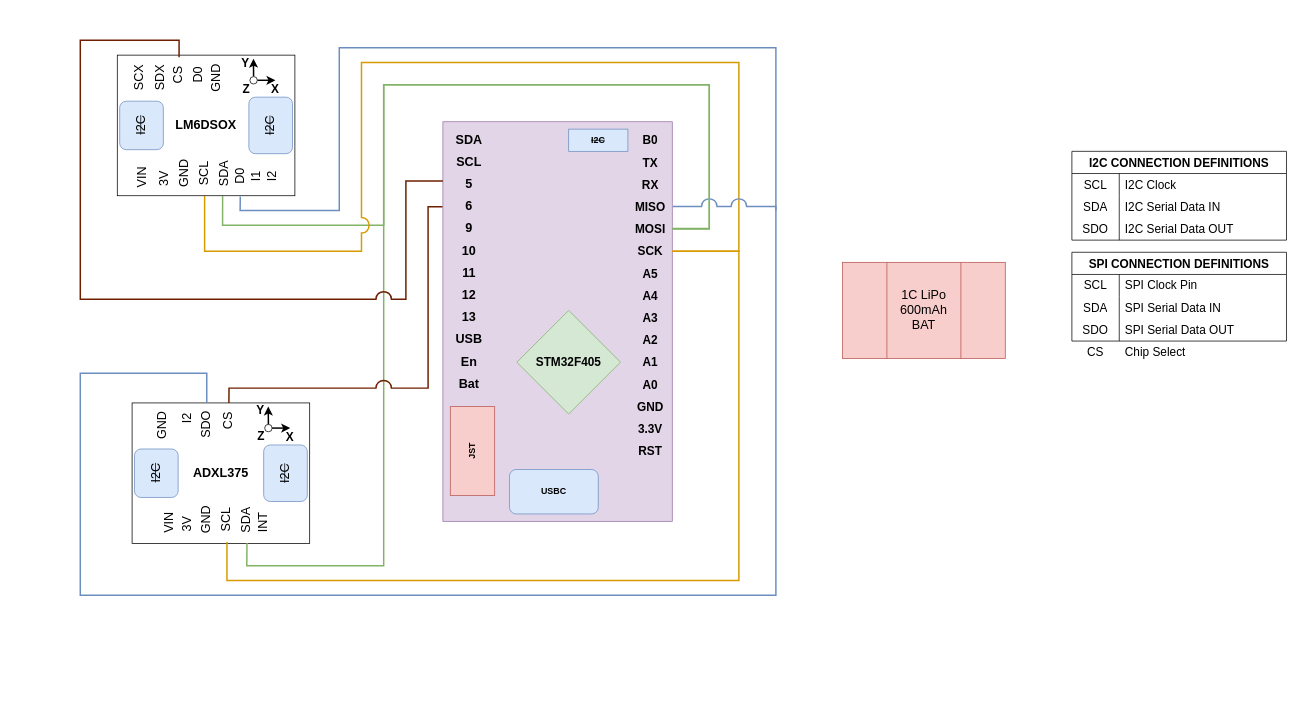
The draw.io diagram wiringdiagram.drawio in ceugomez/wiigls, before the edit. Source tidied: cells renumbered, new cells numbered last; positions are measured from the earlier drawing's top-left corner, leaving out a move shared by most shapes. Both pictures are drawn from the tidied source at 74%, with x=0, y=0 at pixel (80, 40).
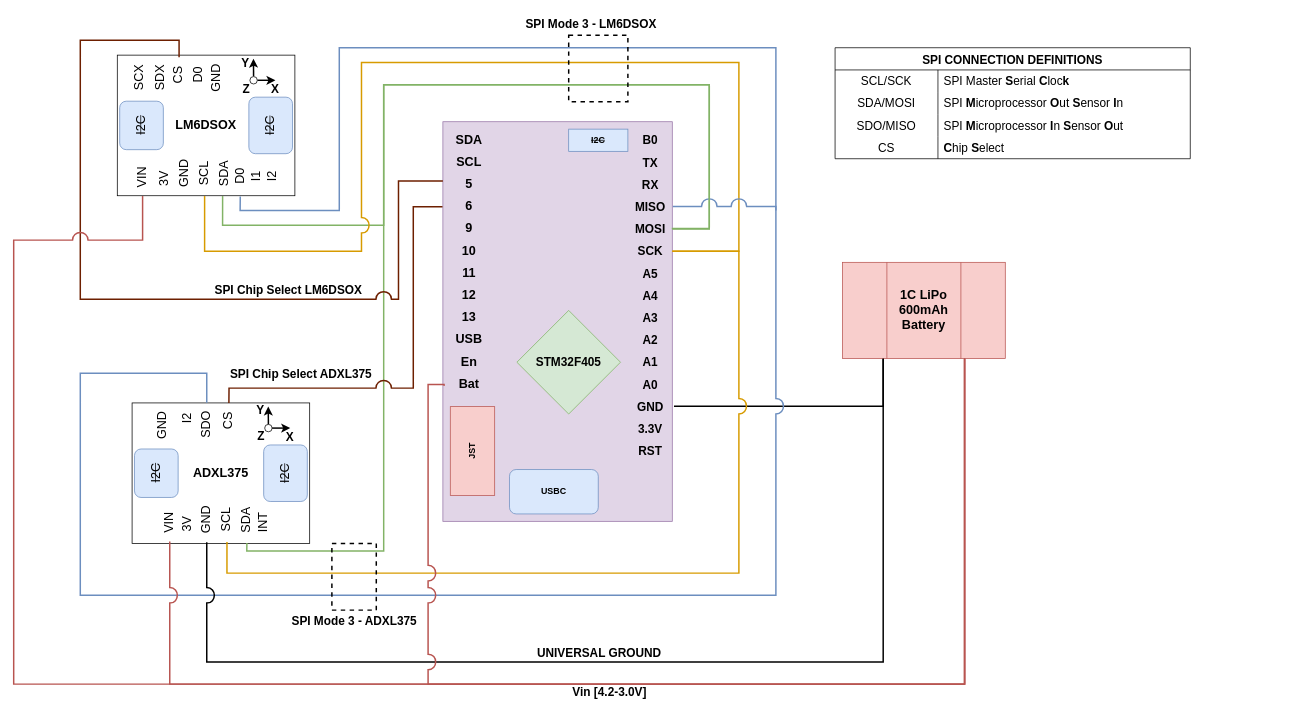
The same page after the edit.

The change refers to these unchanged cells:
```xml
<mxCell id="8" value="SCL" style="text;html=1;align=center;verticalAlign=middle;points=[];strokeColor=none;fillColor=none;fontSize=17;rotation=-90;" parent="3" vertex="1">
  <mxGeometry x="98.2" y="143" width="60" height="30" as="geometry" />
</mxCell>
<mxCell id="9" value="SDA" style="text;html=1;align=center;verticalAlign=middle;points=[];strokeColor=none;fillColor=none;fontSize=17;rotation=-90;" parent="3" vertex="1">
  <mxGeometry x="125.5" y="144.4" width="60" height="30" as="geometry" />
</mxCell>
<mxCell id="13" value="CS" style="text;html=1;align=center;verticalAlign=middle;points=[];strokeColor=none;fillColor=none;fontSize=17;rotation=-90;" parent="3" vertex="1">
  <mxGeometry x="105.6" y="10" width="50" height="30" as="geometry" />
</mxCell>
<mxCell id="21" value="GND" style="text;html=1;align=center;verticalAlign=middle;points=[];strokeColor=none;fillColor=none;fontSize=17;rotation=-90;" parent="3" vertex="1">
  <mxGeometry x="70.9" y="143.4" width="60" height="30" as="geometry" />
</mxCell>
<mxCell id="22" value="VIN" style="text;html=1;align=center;verticalAlign=middle;points=[];strokeColor=none;fillColor=none;fontSize=17;rotation=-90;" parent="3" vertex="1">
  <mxGeometry x="25.9" y="147.4" width="50" height="30" as="geometry" />
</mxCell>
<mxCell id="56" value="CS" style="text;html=1;align=center;verticalAlign=middle;points=[];strokeColor=none;fillColor=none;fontSize=17;rotation=-90;" parent="45" vertex="1">
  <mxGeometry x="58.5" y="12.9" width="50" height="30" as="geometry" />
</mxCell>
<mxCell id="67" value="VIN" style="text;html=1;align=center;verticalAlign=middle;points=[];strokeColor=none;fillColor=none;fontSize=17;rotation=-90;spacing=0;" parent="45" vertex="1">
  <mxGeometry x="9.2" y="150.4" width="50" height="30" as="geometry" />
</mxCell>
<mxCell id="69" style="rounded=0;whiteSpace=wrap;html=1;rotation=-90;fillColor=#e1d5e7;strokeColor=#9673a6;" parent="68" vertex="1">
  <mxGeometry x="-115" y="115" width="540" height="310" as="geometry" />
</mxCell>
<mxCell id="85" value="SCK" style="text;html=1;align=center;verticalAlign=middle;points=[];strokeColor=none;fillColor=none;fontStyle=1;fontSize=16;" parent="68" vertex="1">
  <mxGeometry x="250" y="160" width="60" height="30" as="geometry" />
</mxCell>
<mxCell id="89" value="GND" style="text;html=1;align=center;verticalAlign=middle;points=[];strokeColor=none;fillColor=none;fontStyle=1;fontSize=16;" parent="68" vertex="1">
  <mxGeometry x="250" y="370" width="60" height="30" as="geometry" />
</mxCell>
<mxCell id="96" value="MOSI" style="text;html=1;align=center;verticalAlign=middle;points=[];strokeColor=none;fillColor=none;fontStyle=1;fontSize=16;" parent="68" vertex="1">
  <mxGeometry x="250" y="130" width="60" height="30" as="geometry" />
</mxCell>
```

Diff of the diagram source:
```diff
@@
+    <mxCell id="109" style="edgeStyle=orthogonalEdgeStyle;rounded=0;jumpStyle=arc;jumpSize=19;jettySize=auto;html=1;exitX=0.25;exitY=1;exitDx=0;exitDy=0;entryX=1.038;entryY=0.481;entryDx=0;entryDy=0;entryPerimeter=0;strokeWidth=2;fontSize=16;endArrow=none;endFill=0;" parent="1" edge="1" source="2" target="89">
+      <mxGeometry relative="1" as="geometry">
+        <Array as="points">
+          <mxPoint x="1085" y="494" />
+          <mxPoint x="802" y="494" />
+        </Array>
+      </mxGeometry>
+    </mxCell>
-    <mxCell id="2" value="1C LiPo 600mAh&lt;br&gt;BAT" style="shape=process;whiteSpace=wrap;html=1;backgroundOutline=1;strokeColor=#b85450;fontSize=17;fillColor=#f8cecc;size=0.2727272727272727;" parent="1" vertex="1">
+    <mxCell id="2" value="&lt;b&gt;1C LiPo 600mAh&lt;br&gt;Battery&lt;br&gt;&lt;/b&gt;" style="shape=process;whiteSpace=wrap;html=1;backgroundOutline=1;strokeColor=#b85450;fontSize=17;fillColor=#f8cecc;size=0.2727272727272727;" parent="1" vertex="1">
       <mxGeometry x="1030" y="300" width="220" height="130" as="geometry" />
     </mxCell>
@@
-    <mxCell id="23" value="I2C CONNECTION DEFINITIONS" style="shape=table;startSize=30;childLayout=tableLayout;rowLines=0;fontStyle=1;strokeColor=default;fontSize=16;" parent="1" vertex="1">
-      <mxGeometry x="1340" y="150" width="290" height="120" as="geometry" />
-    </mxCell>
-    <mxCell id="24" style="shape=tableRow;horizontal=0;startSize=0;swimlaneHead=0;swimlaneBody=0;top=0;left=0;bottom=0;right=0;fillColor=none;strokeColor=default;fontSize=16;" parent="23" vertex="1">
-      <mxGeometry y="30" width="290" height="30" as="geometry" />
-    </mxCell>
-    <mxCell id="25" value="SCL" style="shape=partialRectangle;html=1;whiteSpace=wrap;fillColor=none;top=0;left=0;bottom=0;right=0;overflow=hidden;strokeColor=default;fontSize=16;" parent="24" vertex="1">
-      <mxGeometry width="64" height="30" as="geometry" />
-    </mxCell>
-    <mxCell id="26" value="I2C Clock" style="shape=partialRectangle;html=1;whiteSpace=wrap;fillColor=none;top=0;left=0;bottom=0;right=0;align=left;spacingLeft=6;overflow=hidden;strokeColor=default;fontSize=16;" parent="24" vertex="1">
-      <mxGeometry x="64" width="226" height="30" as="geometry" />
-    </mxCell>
-    <mxCell id="27" style="shape=tableRow;horizontal=0;startSize=0;swimlaneHead=0;swimlaneBody=0;top=0;left=0;bottom=0;right=0;fillColor=none;strokeColor=default;fontSize=16;" parent="23" vertex="1">
-      <mxGeometry y="60" width="290" height="30" as="geometry" />
-    </mxCell>
-    <mxCell id="28" value="SDA" style="shape=partialRectangle;html=1;whiteSpace=wrap;fillColor=none;top=0;left=0;bottom=0;right=0;overflow=hidden;strokeColor=default;fontSize=16;" parent="27" vertex="1">
-      <mxGeometry width="64" height="30" as="geometry" />
-    </mxCell>
-    <mxCell id="29" value="I2C Serial Data IN" style="shape=partialRectangle;html=1;whiteSpace=wrap;fillColor=none;top=0;left=0;bottom=0;right=0;align=left;spacingLeft=6;overflow=hidden;strokeColor=default;fontSize=16;" parent="27" vertex="1">
-      <mxGeometry x="64" width="226" height="30" as="geometry" />
-    </mxCell>
-    <mxCell id="30" style="shape=tableRow;horizontal=0;startSize=0;swimlaneHead=0;swimlaneBody=0;top=0;left=0;bottom=0;right=0;fillColor=none;strokeColor=default;fontSize=16;" parent="23" vertex="1">
-      <mxGeometry y="90" width="290" height="30" as="geometry" />
-    </mxCell>
-    <mxCell id="31" value="SDO" style="shape=partialRectangle;html=1;whiteSpace=wrap;fillColor=none;top=0;left=0;bottom=0;right=0;overflow=hidden;strokeColor=default;fontSize=16;" parent="30" vertex="1">
-      <mxGeometry width="64" height="30" as="geometry" />
-    </mxCell>
-    <mxCell id="32" value="I2C Serial Data OUT" style="shape=partialRectangle;html=1;whiteSpace=wrap;fillColor=none;top=0;left=0;bottom=0;right=0;align=left;spacingLeft=6;overflow=hidden;strokeColor=default;fontSize=16;" parent="30" vertex="1">
-      <mxGeometry x="64" width="226" height="30" as="geometry" />
-    </mxCell>
     <mxCell id="33" value="SPI CONNECTION DEFINITIONS" style="shape=table;startSize=30;childLayout=tableLayout;rowLines=0;fontStyle=1;strokeColor=default;fontSize=16;" parent="1" vertex="1">
-      <mxGeometry x="1340" y="286.4" width="290" height="120" as="geometry" />
+      <mxGeometry x="1020" y="10" width="480" height="150" as="geometry" />
     </mxCell>
     <mxCell id="34" style="shape=tableRow;horizontal=0;startSize=0;swimlaneHead=0;swimlaneBody=0;top=0;left=0;bottom=0;right=0;fillColor=none;strokeColor=default;fontSize=16;" parent="33" vertex="1">
-      <mxGeometry y="30" width="290" height="30" as="geometry" />
+      <mxGeometry y="30" width="480" height="30" as="geometry" />
     </mxCell>
-    <mxCell id="35" value="SCL" style="shape=partialRectangle;html=1;whiteSpace=wrap;fillColor=none;top=0;left=0;bottom=0;right=0;overflow=hidden;strokeColor=default;fontSize=16;" parent="34" vertex="1">
-      <mxGeometry width="64" height="30" as="geometry" />
+    <mxCell id="35" value="SCL/SCK" style="shape=partialRectangle;html=1;whiteSpace=wrap;fillColor=none;top=0;left=0;bottom=0;right=0;overflow=hidden;strokeColor=default;fontSize=16;" parent="34" vertex="1">
+      <mxGeometry width="139" height="30" as="geometry" />
     </mxCell>
-    <mxCell id="36" value="SPI Clock Pin&amp;nbsp;" style="shape=partialRectangle;html=1;whiteSpace=wrap;fillColor=none;top=0;left=0;bottom=0;right=0;align=left;spacingLeft=6;overflow=hidden;strokeColor=default;fontSize=16;" parent="34" vertex="1">
-      <mxGeometry x="64" width="226" height="30" as="geometry" />
+    <mxCell id="36" value="SPI Master &lt;b&gt;S&lt;/b&gt;erial &lt;b&gt;C&lt;/b&gt;loc&lt;b&gt;k&lt;/b&gt;&amp;nbsp;&amp;nbsp;" style="shape=partialRectangle;html=1;whiteSpace=wrap;fillColor=none;top=0;left=0;bottom=0;right=0;align=left;spacingLeft=6;overflow=hidden;strokeColor=default;fontSize=16;" parent="34" vertex="1">
+      <mxGeometry x="139" width="341" height="30" as="geometry" />
     </mxCell>
     <mxCell id="37" style="shape=tableRow;horizontal=0;startSize=0;swimlaneHead=0;swimlaneBody=0;top=0;left=0;bottom=0;right=0;fillColor=none;strokeColor=default;fontSize=16;" parent="33" vertex="1">
-      <mxGeometry y="60" width="290" height="30" as="geometry" />
+      <mxGeometry y="60" width="480" height="30" as="geometry" />
     </mxCell>
-    <mxCell id="38" value="SDA" style="shape=partialRectangle;html=1;whiteSpace=wrap;fillColor=none;top=0;left=0;bottom=0;right=0;overflow=hidden;strokeColor=default;fontSize=16;" parent="37" vertex="1">
-      <mxGeometry width="64" height="30" as="geometry" />
+    <mxCell id="38" value="SDA/MOSI" style="shape=partialRectangle;html=1;whiteSpace=wrap;fillColor=none;top=0;left=0;bottom=0;right=0;overflow=hidden;strokeColor=default;fontSize=16;" parent="37" vertex="1">
+      <mxGeometry width="139" height="30" as="geometry" />
     </mxCell>
-    <mxCell id="39" value="SPI Serial Data IN" style="shape=partialRectangle;html=1;whiteSpace=wrap;fillColor=none;top=0;left=0;bottom=0;right=0;align=left;spacingLeft=6;overflow=hidden;strokeColor=default;fontSize=16;" parent="37" vertex="1">
-      <mxGeometry x="64" width="226" height="30" as="geometry" />
+    <mxCell id="39" value="SPI &lt;b&gt;M&lt;/b&gt;icroprocessor &lt;b&gt;O&lt;/b&gt;ut &lt;b&gt;S&lt;/b&gt;ensor &lt;b&gt;I&lt;/b&gt;n" style="shape=partialRectangle;html=1;whiteSpace=wrap;fillColor=none;top=0;left=0;bottom=0;right=0;align=left;spacingLeft=6;overflow=hidden;strokeColor=default;fontSize=16;" parent="37" vertex="1">
+      <mxGeometry x="139" width="341" height="30" as="geometry" />
     </mxCell>
     <mxCell id="40" style="shape=tableRow;horizontal=0;startSize=0;swimlaneHead=0;swimlaneBody=0;top=0;left=0;bottom=0;right=0;fillColor=none;strokeColor=default;fontSize=16;" parent="33" vertex="1">
-      <mxGeometry y="90" width="290" height="30" as="geometry" />
+      <mxGeometry y="90" width="480" height="30" as="geometry" />
     </mxCell>
-    <mxCell id="41" value="SDO" style="shape=partialRectangle;html=1;whiteSpace=wrap;fillColor=none;top=0;left=0;bottom=0;right=0;overflow=hidden;strokeColor=default;fontSize=16;" parent="40" vertex="1">
-      <mxGeometry width="64" height="30" as="geometry" />
+    <mxCell id="41" value="SDO/MISO" style="shape=partialRectangle;html=1;whiteSpace=wrap;fillColor=none;top=0;left=0;bottom=0;right=0;overflow=hidden;strokeColor=default;fontSize=16;" parent="40" vertex="1">
+      <mxGeometry width="139" height="30" as="geometry" />
     </mxCell>
-    <mxCell id="42" value="SPI Serial Data OUT" style="shape=partialRectangle;html=1;whiteSpace=wrap;fillColor=none;top=0;left=0;bottom=0;right=0;align=left;spacingLeft=6;overflow=hidden;strokeColor=default;fontSize=16;" parent="40" vertex="1">
-      <mxGeometry x="64" width="226" height="30" as="geometry" />
+    <mxCell id="42" value="SPI &lt;b&gt;M&lt;/b&gt;icroprocessor &lt;b&gt;I&lt;/b&gt;n &lt;b&gt;S&lt;/b&gt;ensor &lt;b&gt;O&lt;/b&gt;ut" style="shape=partialRectangle;html=1;whiteSpace=wrap;fillColor=none;top=0;left=0;bottom=0;right=0;align=left;spacingLeft=6;overflow=hidden;strokeColor=default;fontSize=16;" parent="40" vertex="1">
+      <mxGeometry x="139" width="341" height="30" as="geometry" />
     </mxCell>
+    <mxCell id="110" style="shape=tableRow;horizontal=0;startSize=0;swimlaneHead=0;swimlaneBody=0;top=0;left=0;bottom=0;right=0;fillColor=none;strokeColor=default;fontSize=16;" parent="33" vertex="1">
+      <mxGeometry y="120" width="480" height="30" as="geometry" />
+    </mxCell>
-    <mxCell id="43" value="CS" style="shape=partialRectangle;html=1;whiteSpace=wrap;fillColor=none;top=0;left=0;bottom=0;right=0;overflow=hidden;strokeColor=default;fontSize=16;" parent="1" vertex="1">
-      <mxGeometry x="1340" y="406.4" width="64" height="30" as="geometry" />
+    <mxCell id="43" value="CS" style="shape=partialRectangle;html=1;whiteSpace=wrap;fillColor=none;top=0;left=0;bottom=0;right=0;overflow=hidden;strokeColor=default;fontSize=16;" parent="110" vertex="1">
+      <mxGeometry width="139" height="30" as="geometry" />
     </mxCell>
-    <mxCell id="44" value="Chip Select" style="shape=partialRectangle;html=1;whiteSpace=wrap;fillColor=none;top=0;left=0;bottom=0;right=0;align=left;spacingLeft=6;overflow=hidden;strokeColor=default;fontSize=16;" parent="1" vertex="1">
-      <mxGeometry x="1404" y="406.4" width="226" height="30" as="geometry" />
-    </mxCell>
+    <mxCell id="111" value="&lt;b&gt;C&lt;/b&gt;hip &lt;b&gt;S&lt;/b&gt;elect&amp;nbsp;" style="shape=partialRectangle;html=1;whiteSpace=wrap;fillColor=none;top=0;left=0;bottom=0;right=0;align=left;spacingLeft=6;overflow=hidden;strokeColor=default;fontSize=16;" parent="110" vertex="1">
+      <mxGeometry x="139" width="341" height="30" as="geometry" />
+    </mxCell>
@@
     <mxCell id="104" style="edgeStyle=orthogonalEdgeStyle;rounded=0;jumpStyle=arc;jumpSize=19;jettySize=auto;html=1;strokeWidth=2;fontSize=16;endArrow=none;endFill=0;fillColor=#ffe6cc;strokeColor=#d79b00;" parent="1" edge="1" source="8" target="85">
       <mxGeometry relative="1" as="geometry">
         <Array as="points">
-          <mxPoint x="198" y="730" />
-          <mxPoint x="890" y="730" />
+          <mxPoint x="198" y="720" />
+          <mxPoint x="890" y="720" />
           <mxPoint x="890" y="285" />
         </Array>
       </mxGeometry>
     </mxCell>
     <mxCell id="105" style="edgeStyle=orthogonalEdgeStyle;rounded=0;jumpStyle=none;jumpSize=19;jettySize=auto;html=1;strokeWidth=2;fontSize=16;endArrow=none;endFill=0;fillColor=#d5e8d4;strokeColor=#82b366;" parent="1" edge="1" source="96" target="9">
       <mxGeometry relative="1" as="geometry">
         <Array as="points">
           <mxPoint x="850" y="255" />
           <mxPoint x="850" y="60" />
           <mxPoint x="410" y="60" />
-          <mxPoint x="410" y="710" />
-          <mxPoint x="225" y="710" />
+          <mxPoint x="410" y="690" />
+          <mxPoint x="225" y="690" />
         </Array>
       </mxGeometry>
     </mxCell>
@@
     <mxCell id="107" style="edgeStyle=orthogonalEdgeStyle;rounded=0;jumpStyle=arc;jumpSize=19;jettySize=auto;html=1;strokeWidth=2;fontSize=16;endArrow=none;endFill=0;fillColor=#a0522d;strokeColor=#6D1F00;" parent="1" edge="1" source="56">
       <mxGeometry relative="1" as="geometry">
         <mxPoint x="490" y="190" as="targetPoint" />
         <Array as="points">
-          <mxPoint x="133" />
+          <mxPoint x="134" />
           <mxPoint />
           <mxPoint y="350" />
-          <mxPoint x="440" y="350" />
-          <mxPoint x="440" y="190" />
+          <mxPoint x="430" y="350" />
+          <mxPoint x="430" y="190" />
         </Array>
       </mxGeometry>
     </mxCell>
     <mxCell id="108" style="edgeStyle=orthogonalEdgeStyle;rounded=0;jumpStyle=arc;jumpSize=19;jettySize=auto;html=1;strokeWidth=2;fontSize=16;endArrow=none;endFill=0;fillColor=#a0522d;strokeColor=#6D1F00;exitX=0.789;exitY=-0.005;exitDx=0;exitDy=0;exitPerimeter=0;" parent="1" edge="1" source="69" target="13">
       <mxGeometry relative="1" as="geometry">
         <Array as="points">
-          <mxPoint x="488" y="225" />
-          <mxPoint x="470" y="225" />
-          <mxPoint x="470" y="470" />
+          <mxPoint x="450" y="225" />
+          <mxPoint x="450" y="470" />
           <mxPoint x="201" y="470" />
         </Array>
       </mxGeometry>
     </mxCell>
+    <mxCell id="112" value="&lt;b&gt;SPI Chip Select ADXL375&lt;/b&gt;" style="edgeLabel;html=1;align=center;verticalAlign=middle;fontSize=16;" parent="108" vertex="1">
+      <mxGeometry x="0.59" y="-5" relative="1" as="geometry">
+        <mxPoint x="3" y="-15" as="offset" />
+      </mxGeometry>
+    </mxCell>
+    <mxCell id="113" style="edgeStyle=orthogonalEdgeStyle;rounded=0;jumpStyle=arc;jumpSize=19;jettySize=auto;html=1;strokeWidth=2;fontSize=16;endArrow=none;endFill=0;fillColor=#f8cecc;strokeColor=#b85450;entryX=0.75;entryY=1;entryDx=0;entryDy=0;" parent="1" edge="1" source="22" target="2">
+      <mxGeometry relative="1" as="geometry">
+        <Array as="points">
+          <mxPoint x="121" y="870" />
+          <mxPoint x="1195" y="870" />
+        </Array>
+      </mxGeometry>
+    </mxCell>
+    <mxCell id="114" style="edgeStyle=orthogonalEdgeStyle;rounded=0;jumpStyle=arc;jumpSize=19;jettySize=auto;html=1;strokeWidth=2;fontSize=16;endArrow=none;endFill=0;entryX=0.25;entryY=1;entryDx=0;entryDy=0;" parent="1" edge="1" source="21" target="2">
+      <mxGeometry relative="1" as="geometry">
+        <Array as="points">
+          <mxPoint x="171" y="840" />
+          <mxPoint x="1085" y="840" />
+        </Array>
+      </mxGeometry>
+    </mxCell>
+    <mxCell id="115" value="UNIVERSAL GROUND" style="edgeLabel;html=1;align=center;verticalAlign=middle;fontSize=16;fontStyle=1;" parent="114" vertex="1">
+      <mxGeometry x="-0.07" y="6" relative="1" as="geometry">
+        <mxPoint y="-7" as="offset" />
+      </mxGeometry>
+    </mxCell>
+    <mxCell id="116" style="edgeStyle=orthogonalEdgeStyle;rounded=0;jumpStyle=arc;jumpSize=19;jettySize=auto;html=1;entryX=0.75;entryY=1;entryDx=0;entryDy=0;strokeWidth=2;fontSize=16;endArrow=none;endFill=0;fillColor=#f8cecc;strokeColor=#b85450;" parent="1" edge="1" source="67" target="2">
+      <mxGeometry relative="1" as="geometry">
+        <Array as="points">
+          <mxPoint x="84" y="270" />
+          <mxPoint x="-90" y="270" />
+          <mxPoint x="-90" y="870" />
+          <mxPoint x="1195" y="870" />
+        </Array>
+      </mxGeometry>
+    </mxCell>
+    <mxCell id="117" value="&lt;b&gt;SPI Mode 3 - LM6DSOX&lt;/b&gt;" style="text;html=1;align=center;verticalAlign=middle;strokeColor=none;fillColor=none;fontSize=16;" parent="1" vertex="1">
+      <mxGeometry x="590" y="-37" width="200" height="30" as="geometry" />
+    </mxCell>
+    <mxCell id="118" style="rounded=0;whiteSpace=wrap;html=1;fontSize=16;fillColor=none;strokeWidth=2;dashed=1;" parent="1" vertex="1">
+      <mxGeometry x="660" y="-7" width="80" height="90" as="geometry" />
+    </mxCell>
+    <mxCell id="119" value="&lt;b&gt;SPI Mode 3 - ADXL375&lt;/b&gt;" style="text;html=1;align=center;verticalAlign=middle;strokeColor=none;fillColor=none;fontSize=16;" parent="1" vertex="1">
+      <mxGeometry x="275" y="770" width="190" height="30" as="geometry" />
+    </mxCell>
+    <mxCell id="120" style="rounded=0;whiteSpace=wrap;html=1;fontSize=16;fillColor=none;strokeWidth=2;dashed=1;" parent="1" vertex="1">
+      <mxGeometry x="340" y="680" width="60" height="90" as="geometry" />
+    </mxCell>
+    <mxCell id="121" value="&lt;b&gt;SPI Chip Select LM6DSOX&lt;/b&gt;" style="edgeLabel;html=1;align=center;verticalAlign=middle;fontSize=16;" parent="1" vertex="1">
+      <mxGeometry x="280" y="336" as="geometry" />
+    </mxCell>
+    <mxCell id="122" value="Vin [4.2-3.0V]" style="edgeLabel;html=1;align=center;verticalAlign=middle;fontSize=16;fontStyle=1;" parent="1" vertex="1">
+      <mxGeometry x="714.3" y="880" as="geometry" />
+    </mxCell>
+    <mxCell id="123" style="edgeStyle=orthogonalEdgeStyle;rounded=0;jumpStyle=arc;jumpSize=19;jettySize=auto;html=1;entryX=0.75;entryY=1;entryDx=0;entryDy=0;strokeWidth=2;fontSize=16;endArrow=none;endFill=0;fillColor=#f8cecc;strokeColor=#b85450;exitX=0.339;exitY=0.005;exitDx=0;exitDy=0;exitPerimeter=0;" parent="1" edge="1" source="69" target="2">
+      <mxGeometry relative="1" as="geometry">
+        <Array as="points">
+          <mxPoint x="492" y="465" />
+          <mxPoint x="470" y="465" />
+          <mxPoint x="470" y="870" />
+          <mxPoint x="1195" y="870" />
+        </Array>
+      </mxGeometry>
+    </mxCell>
```
